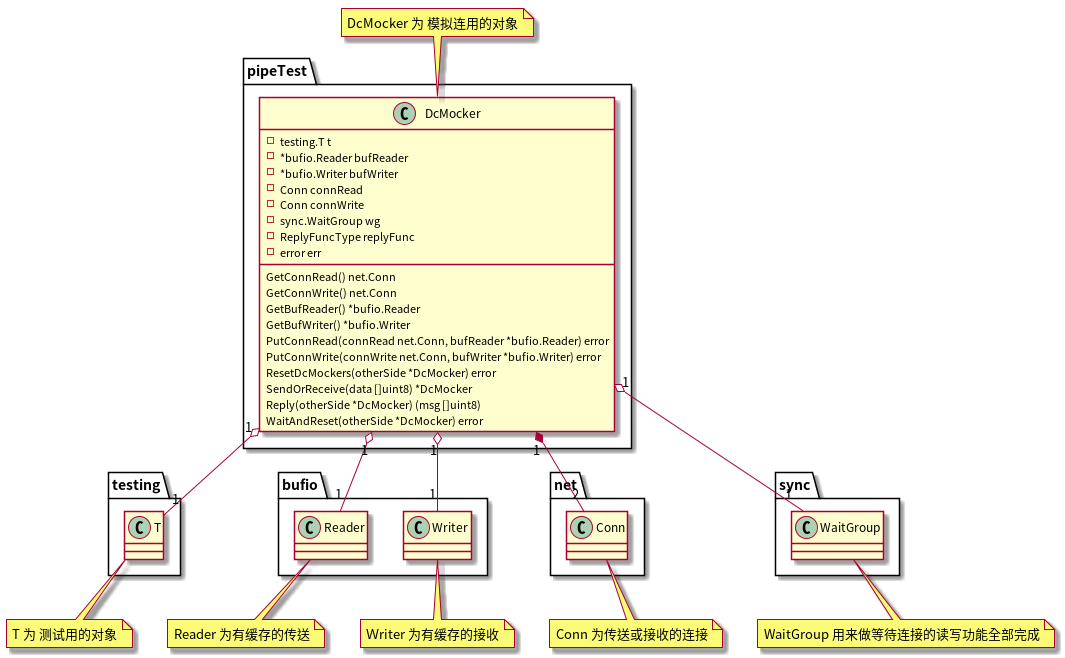
The PlantUML diagram util/mocks/pipeTest/assets/pipeTest 的类图.png in panhongrainbow/Gaea, before a commit.
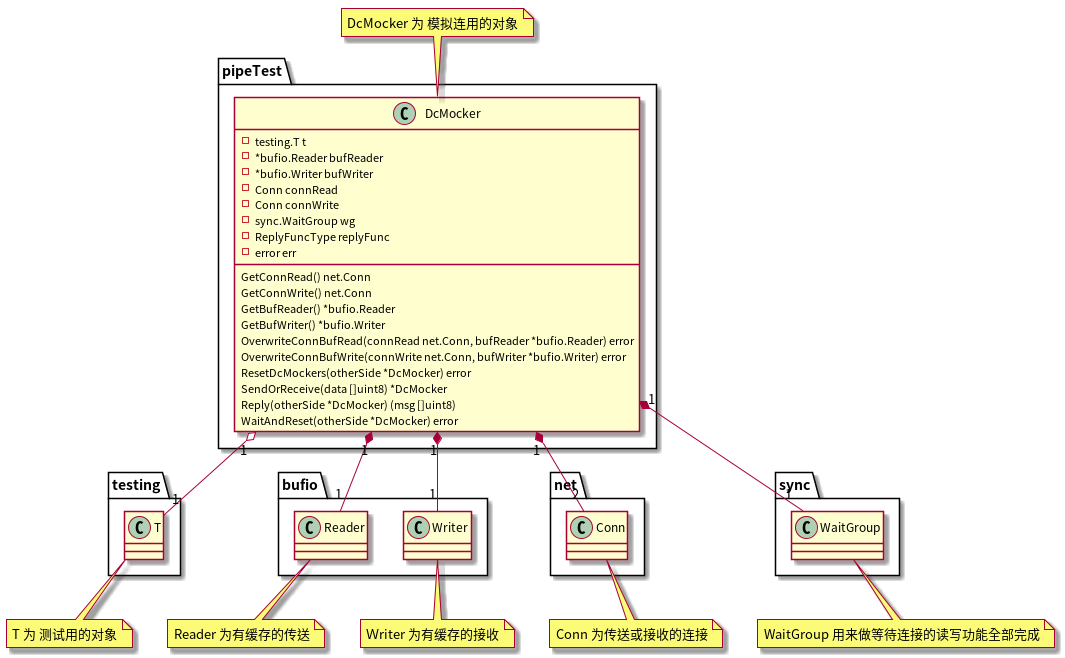
The same file after the commit.

Diff of the diagram source:
```diff
@@ -13,8 +13,8 @@
     GetConnWrite() net.Conn
     GetBufReader() *bufio.Reader
     GetBufWriter() *bufio.Writer
-    PutConnRead(connRead net.Conn, bufReader *bufio.Reader) error
-    PutConnWrite(connWrite net.Conn, bufWriter *bufio.Writer) error
+    OverwriteConnBufRead(connRead net.Conn, bufReader *bufio.Reader) error
+    OverwriteConnBufWrite(connWrite net.Conn, bufWriter *bufio.Writer) error
     ResetDcMockers(otherSide *DcMocker) error
     SendOrReceive(data []uint8) *DcMocker
     Reply(otherSide *DcMocker) (msg []uint8)
@@ -28,10 +28,10 @@
 class sync.WaitGroup {}
 
 pipeTest.DcMocker "1" o-- "1" testing.T
-pipeTest.DcMocker "1" o-- "1" bufio.Reader
-pipeTest.DcMocker "1" o-- "1" bufio.Writer
+pipeTest.DcMocker "1" *-- "1" bufio.Reader
+pipeTest.DcMocker "1" *-- "1" bufio.Writer
 pipeTest.DcMocker "1" *-- "2" net.Conn
-pipeTest.DcMocker "1" o-- "1" sync.WaitGroup
+pipeTest.DcMocker "1" *-- "1" sync.WaitGroup
 
 note top of pipeTest.DcMocker
     DcMocker 为 模拟连用的对象
```
